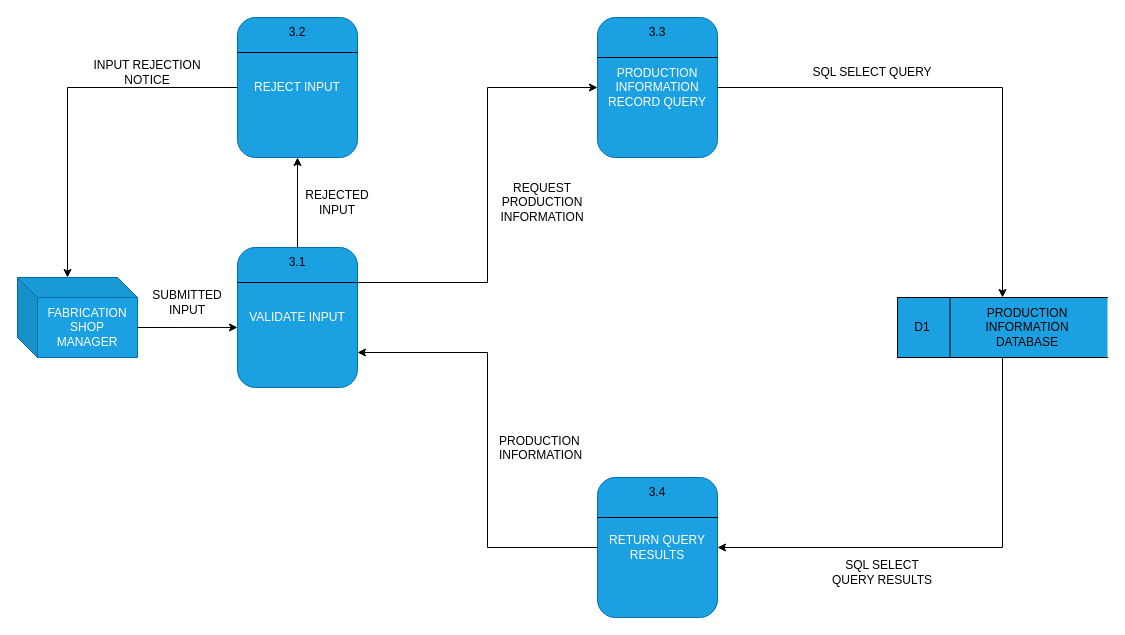
Above: SUB_DFD_LEVEL_2_FABRICATION_SHOP_1.drawio in JrST90/Team2CapstoneProject (draw.io), before the change. Source tidied: cells renumbered, new cells numbered last; positions are measured from the earlier drawing's top-left corner, leaving out a move shared by most shapes. Both pictures are drawn from the tidied source at 100%, with x=0, y=0 at pixel (17, 17).
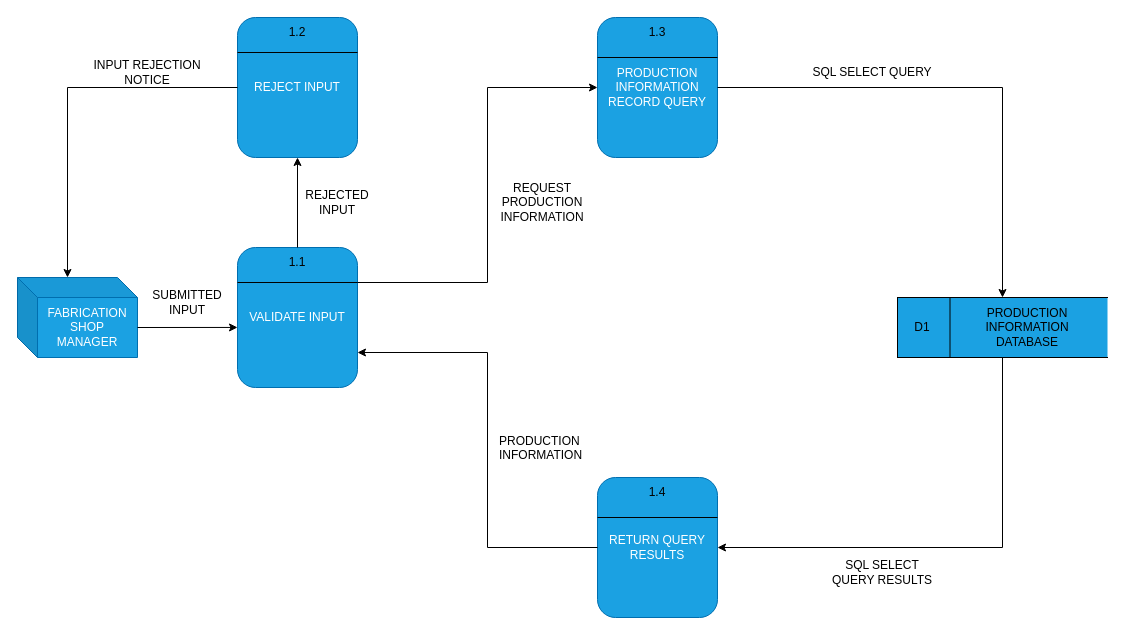
The same diagram, later.

What changed in the source:
```diff
@@
-    <mxCell id="6" value="3.1" style="text;html=1;align=center;verticalAlign=middle;whiteSpace=wrap;rounded=0;" parent="1" vertex="1">
+    <mxCell id="6" value="1.1" style="text;html=1;align=center;verticalAlign=middle;whiteSpace=wrap;rounded=0;" parent="1" vertex="1">
       <mxGeometry x="250" y="230" width="60" height="30" as="geometry" />
     </mxCell>
@@
-    <mxCell id="8" value="3.3" style="text;html=1;align=center;verticalAlign=middle;whiteSpace=wrap;rounded=0;" parent="1" vertex="1">
+    <mxCell id="8" value="1.3" style="text;html=1;align=center;verticalAlign=middle;whiteSpace=wrap;rounded=0;" parent="1" vertex="1">
       <mxGeometry x="610" width="60" height="30" as="geometry" />
     </mxCell>
@@
-    <mxCell id="11" value="3.2" style="text;html=1;align=center;verticalAlign=middle;whiteSpace=wrap;rounded=0;" parent="1" vertex="1">
+    <mxCell id="11" value="1.2" style="text;html=1;align=center;verticalAlign=middle;whiteSpace=wrap;rounded=0;" parent="1" vertex="1">
       <mxGeometry x="250" width="60" height="30" as="geometry" />
     </mxCell>
@@
-    <mxCell id="25" value="3.4" style="text;html=1;align=center;verticalAlign=middle;whiteSpace=wrap;rounded=0;" parent="1" vertex="1">
+    <mxCell id="25" value="1.4" style="text;html=1;align=center;verticalAlign=middle;whiteSpace=wrap;rounded=0;" parent="1" vertex="1">
       <mxGeometry x="610" y="460" width="60" height="30" as="geometry" />
     </mxCell>
```
